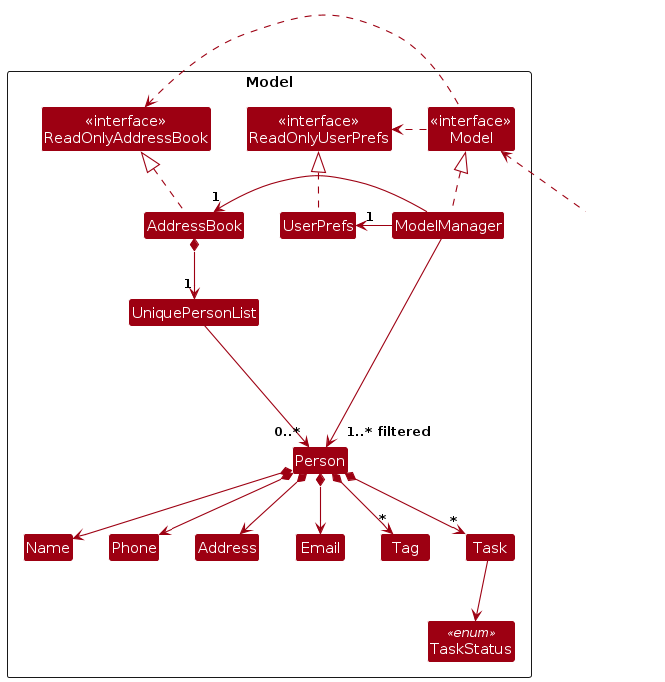
The PlantUML diagram diagrams/ModelClassDiagram.png in bkkuan/tp, before a commit. Its source is kept beside it as diagrams/ModelClassDiagram.puml.
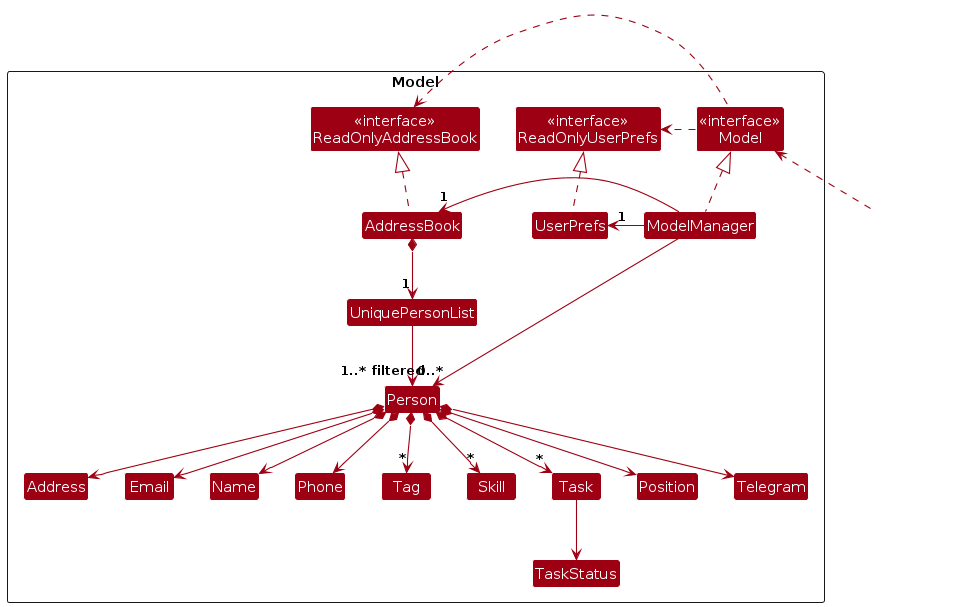
Later version of the same file.

What changed in the source:
```diff
@@ -5,24 +5,33 @@
 skinparam classBackgroundColor MODEL_COLOR
 
 Package Model as ModelPackage <<Rectangle>> {
-Class "<<interface>>\nReadOnlyAddressBook" as ReadOnlyAddressBook
-Class "<<interface>>\nReadOnlyUserPrefs" as ReadOnlyUserPrefs
-Class "<<interface>>\nModel" as Model
-Class AddressBook
-Class ModelManager
-Class UserPrefs
+  Class "<<interface>>\nReadOnlyAddressBook" as ReadOnlyAddressBook
+  Class "<<interface>>\nReadOnlyUserPrefs" as ReadOnlyUserPrefs
+  Class "<<interface>>\nModel" as Model
+  Class AddressBook
+  Class ModelManager
+  Class UserPrefs
 
-Class UniquePersonList
-Class Person
-Class Address
-Class Email
-Class Name
-Class Phone
-Class Tag
-Class Task
-Class TaskStatus <<enum>>
+  Class UniquePersonList
+  Class Person
+  Class Address
+  Class Email
+  Class Name
+  Class Phone
+  Class Tag
+  Class Skill
+  Class Task {
+    - dueDate : LocalDate
+  }
+  Enum TaskStatus {
+    YET_TO_START
+    IN_PROGRESS
+    COMPLETED
+  }
+  Class Position
+  Class Telegram
 
-Class I #FFFFFF
+  Class I #FFFFFF
 }
 
 Class HiddenOutside #FFFFFF
@@ -39,20 +48,18 @@
 
 AddressBook *--> "1" UniquePersonList
 UniquePersonList --> "0..*" Person
+
 Person *--> Name
 Person *--> Phone
 Person *--> Email
 Person *--> Address
 Person *--> "*" Tag
+Person *--> "*" Skill
+Person *--> Position
+Person *--> Telegram
 Person *--> "*" Task
+
 Task --> TaskStatus
-
-Person -[hidden]up--> I
-UniquePersonList -[hidden]right-> I
-
-Name -[hidden]right-> Phone
-Phone -[hidden]right-> Address
-Address -[hidden]right-> Email
 
 ModelManager --> "1..* filtered" Person
 @enduml
```
